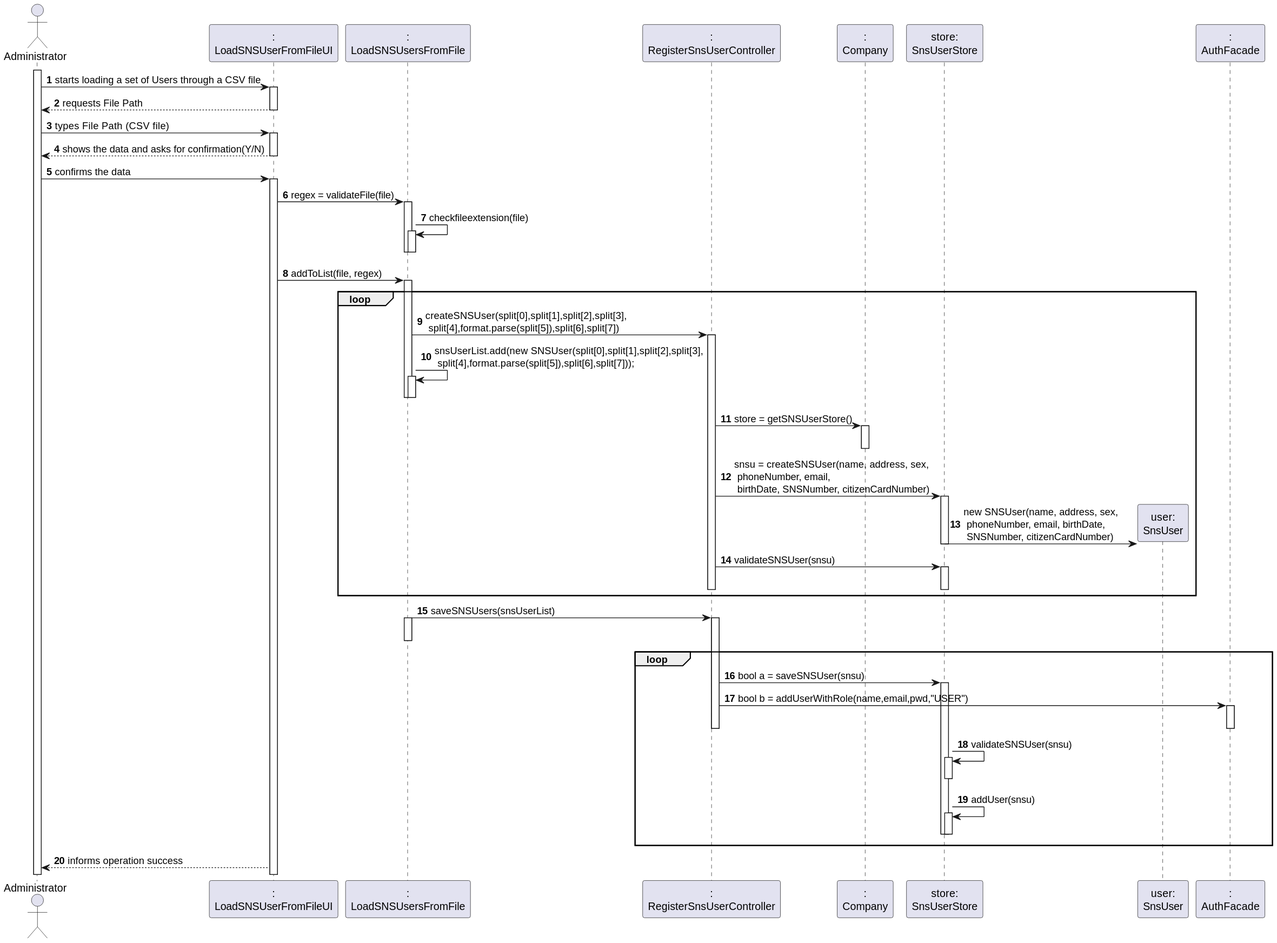
This is docs/SprintC/US/US14/US014_SD.svg from PedroMesquita1211171/VaccinationManager, a PlantUML export, as it was before one commit. Its diagram source:
```plantuml
@startuml
autonumber
actor "Administrator" as ADM

participant ":\nLoadSNSUserFromFileUI" as UI
participant ":\nLoadSNSUsersFromFile" as FILE
participant ":\nRegisterSnsUserController" as CTRL
participant ":\nCompany" as COMPANY
participant "store:\nSnsUserStore" as STORE
participant "user:\nSnsUser" as USER
participant ":\nAuthFacade" as AUTH



activate ADM
ADM -> UI : starts loading a set of Users through a CSV file
activate UI
UI --> ADM : requests File Path
deactivate UI

ADM -> UI : types File Path  (CSV file)
activate UI
UI --> ADM : shows the data and asks for confirmation(Y/N)
deactivate UI
ADM -> UI : confirms the data
activate UI

UI -> FILE : regex = validateFile(file)
activate FILE
FILE -> FILE: checkfileextension(file)
activate FILE

deactivate FILE


deactivate FILE
UI -> FILE : addToList(file, regex)

activate FILE

loop

FILE -> CTRL : createSNSUser(split[0],split[1],split[2],split[3], \n split[4],format.parse(split[5]),split[6],split[7])
activate CTRL
FILE -> FILE : snsUserList.add(new SNSUser(split[0],split[1],split[2],split[3], \n split[4],format.parse(split[5]),split[6],split[7]));
activate FILE
deactivate FILE
deactivate FILE



CTRL -> COMPANY :store = getSNSUserStore()
activate COMPANY
deactivate COMPANY

CTRL -> STORE : snsu = createSNSUser(name, address, sex, \n phoneNumber, email, \n birthDate, SNSNumber, citizenCardNumber)
activate STORE

STORE -> USER** : new SNSUser(name, address, sex, \n phoneNumber, email, birthDate, \n SNSNumber, citizenCardNumber)

deactivate STORE


CTRL -> STORE : validateSNSUser(snsu)
activate STORE




deactivate CTRL



deactivate STORE
deactivate CTRL
end loop



FILE -> CTRL : saveSNSUsers(snsUserList)
activate FILE
deactivate FILE
loop
activate CTRL
activate CTRL
CTRL -> STORE : bool a = saveSNSUser(snsu)
activate STORE

CTRL -> AUTH :  bool b = addUserWithRole(name,email,pwd,"USER")
activate AUTH
deactivate AUTH
deactivate CTRL
STORE -> STORE : validateSNSUser(snsu)
activate STORE
deactivate STORE






STORE -> STORE : addUser(snsu)
activate STORE
deactivate STORE
deactivate STORE
end loop



UI --> ADM : informs operation success


@enduml
```
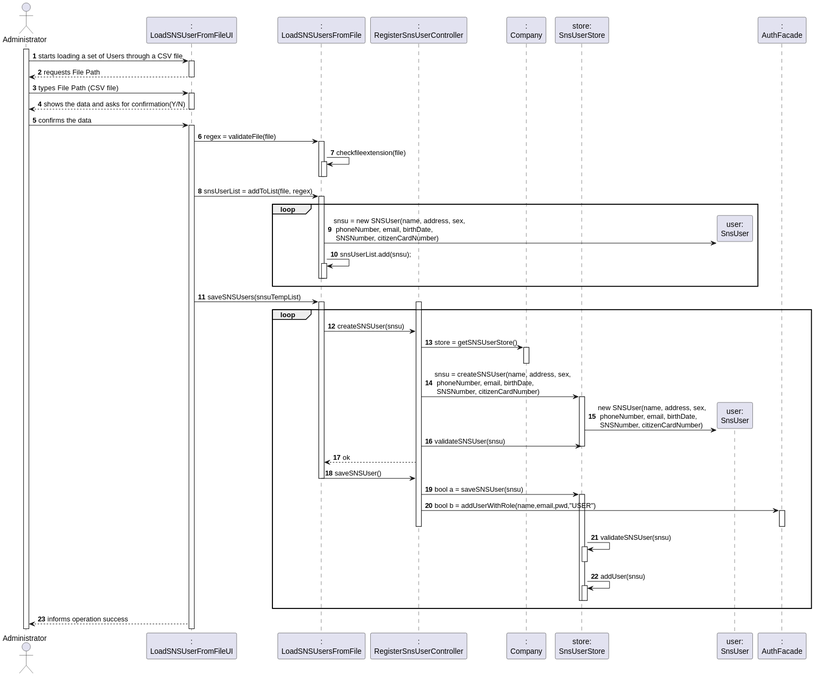
Above is the later version.

Diff of the diagram source:
```diff
@@ -34,58 +34,55 @@
 
 
 deactivate FILE
-UI -> FILE : addToList(file, regex)
+UI -> FILE : snsUserList = addToList(file, regex)
 
 activate FILE
 
 loop
 
-FILE -> CTRL : createSNSUser(split[0],split[1],split[2],split[3], \n split[4],format.parse(split[5]),split[6],split[7])
-activate CTRL
-FILE -> FILE : snsUserList.add(new SNSUser(split[0],split[1],split[2],split[3], \n split[4],format.parse(split[5]),split[6],split[7]));
+FILE -> USER** : snsu = new SNSUser(name, address, sex, \n phoneNumber, email, birthDate, \n SNSNumber, citizenCardNumber)
+
+FILE -> FILE : snsUserList.add(snsu);
+
 activate FILE
 deactivate FILE
 deactivate FILE
 
 
 
-CTRL -> COMPANY :store = getSNSUserStore()
+
+
+end loop
+
+UI -> FILE : saveSNSUsers(snsuTempList)
+loop
+activate FILE
+
+
+
+activate CTRL
+
+FILE -> CTRL : createSNSUser(snsu)
+
+CTRL -> COMPANY : store = getSNSUserStore()
 activate COMPANY
 deactivate COMPANY
 
-CTRL -> STORE : snsu = createSNSUser(name, address, sex, \n phoneNumber, email, \n birthDate, SNSNumber, citizenCardNumber)
+CTRL -> STORE : snsu = createSNSUser(name, address, sex, \n phoneNumber, email, birthDate, \n SNSNumber, citizenCardNumber)
 activate STORE
+STORE -> USER** : new SNSUser(name, address, sex, \n phoneNumber, email, birthDate, \n SNSNumber, citizenCardNumber)
+CTRL -> STORE : validateSNSUser(snsu)
+deactivate STORE
+CTRL --> FILE : ok
+FILE -> CTRL : saveSNSUser()
 
-STORE -> USER** : new SNSUser(name, address, sex, \n phoneNumber, email, birthDate, \n SNSNumber, citizenCardNumber)
-
-deactivate STORE
-
-
-CTRL -> STORE : validateSNSUser(snsu)
-activate STORE
+deactivate FILE
 
 
 
 
-deactivate CTRL
-
-
-
-deactivate STORE
-deactivate CTRL
-end loop
-
-
-
-FILE -> CTRL : saveSNSUsers(snsUserList)
-activate FILE
-deactivate FILE
-loop
-activate CTRL
-activate CTRL
 CTRL -> STORE : bool a = saveSNSUser(snsu)
 activate STORE
-
 CTRL -> AUTH :  bool b = addUserWithRole(name,email,pwd,"USER")
 activate AUTH
 deactivate AUTH
```
